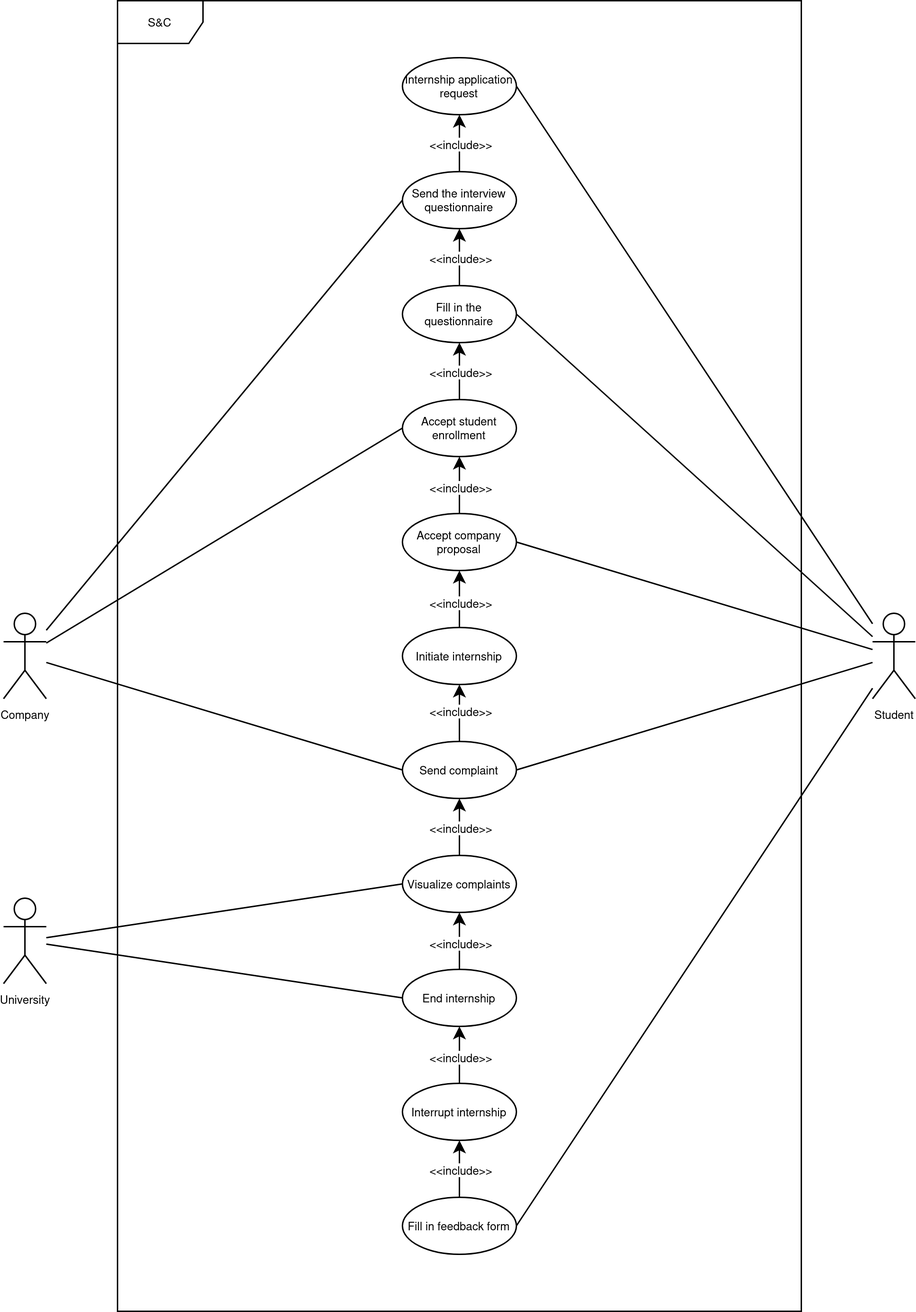
Before: assets/use-case-diagrams/internship-iter.png, a diagram exported from draw.io (Fostidich/Students-And-Companies). Source tidied: cells renumbered, new cells last; positions are measured from the earlier drawing's top-left corner, leaving out a move shared by most shapes. The source it was exported from:
```xml
<mxGraphModel>
  <root>
    <mxCell id="0" />
    <mxCell id="1" parent="0" />
    <mxCell id="2" value="S&amp;amp;C" style="shape=umlFrame;whiteSpace=wrap;html=1;fontSize=8;" parent="1" vertex="1">
      <mxGeometry x="80" width="480" height="920" as="geometry" />
    </mxCell>
    <mxCell id="3" style="rounded=0;jettySize=auto;html=1;entryX=1;entryY=0.5;entryDx=0;entryDy=0;fontSize=8;endArrow=none;endFill=0;" parent="1" edge="1" source="8" target="40">
      <mxGeometry relative="1" as="geometry" />
    </mxCell>
    <mxCell id="4" style="rounded=0;jettySize=auto;html=1;entryX=1;entryY=0.5;entryDx=0;entryDy=0;fontSize=8;endArrow=none;endFill=0;" parent="1" edge="1" source="8" target="18">
      <mxGeometry relative="1" as="geometry" />
    </mxCell>
    <mxCell id="5" style="rounded=0;jettySize=auto;html=1;entryX=1;entryY=0.5;entryDx=0;entryDy=0;fontSize=8;endArrow=none;endFill=0;" parent="1" edge="1" source="8" target="26">
      <mxGeometry relative="1" as="geometry" />
    </mxCell>
    <mxCell id="6" style="rounded=0;jettySize=auto;html=1;entryX=1;entryY=0.5;entryDx=0;entryDy=0;fontSize=8;endArrow=none;endFill=0;" parent="1" edge="1" source="8" target="29">
      <mxGeometry relative="1" as="geometry" />
    </mxCell>
    <mxCell id="7" style="rounded=0;jettySize=auto;html=1;entryX=1;entryY=0.5;entryDx=0;entryDy=0;fontSize=8;endArrow=none;endFill=0;" parent="1" edge="1" source="8" target="46">
      <mxGeometry relative="1" as="geometry" />
    </mxCell>
    <mxCell id="8" value="&lt;div style=&quot;font-size: 8px;&quot;&gt;Student&lt;/div&gt;" style="shape=umlActor;verticalLabelPosition=bottom;verticalAlign=top;html=1;fontSize=8;" parent="1" vertex="1">
      <mxGeometry x="610" y="430" width="30" height="60" as="geometry" />
    </mxCell>
    <mxCell id="9" style="rounded=0;jettySize=auto;html=1;entryX=0;entryY=0.5;entryDx=0;entryDy=0;fontSize=8;endArrow=none;endFill=0;" parent="1" edge="1" source="11" target="25">
      <mxGeometry relative="1" as="geometry" />
    </mxCell>
    <mxCell id="10" style="rounded=0;jettySize=auto;html=1;entryX=0;entryY=0.5;entryDx=0;entryDy=0;fontSize=8;endArrow=none;endFill=0;" parent="1" edge="1" source="11" target="24">
      <mxGeometry relative="1" as="geometry" />
    </mxCell>
    <mxCell id="11" value="&lt;div style=&quot;font-size: 8px;&quot;&gt;University&lt;/div&gt;" style="shape=umlActor;verticalLabelPosition=bottom;verticalAlign=top;html=1;fontSize=8;" parent="1" vertex="1">
      <mxGeometry y="630" width="30" height="60" as="geometry" />
    </mxCell>
    <mxCell id="12" style="rounded=0;jettySize=auto;html=1;entryX=0;entryY=0.5;entryDx=0;entryDy=0;fontSize=8;endArrow=none;endFill=0;" parent="1" edge="1" source="15" target="29">
      <mxGeometry relative="1" as="geometry" />
    </mxCell>
    <mxCell id="13" style="rounded=0;jettySize=auto;html=1;entryX=0;entryY=0.5;entryDx=0;entryDy=0;fontSize=8;endArrow=none;endFill=0;" parent="1" edge="1" source="15" target="43">
      <mxGeometry relative="1" as="geometry" />
    </mxCell>
    <mxCell id="14" style="rounded=0;jettySize=auto;html=1;entryX=0;entryY=0.5;entryDx=0;entryDy=0;fontSize=8;endArrow=none;endFill=0;" parent="1" edge="1" source="15" target="21">
      <mxGeometry relative="1" as="geometry" />
    </mxCell>
    <mxCell id="15" value="&lt;div style=&quot;font-size: 8px;&quot;&gt;Company&lt;/div&gt;" style="shape=umlActor;verticalLabelPosition=bottom;verticalAlign=top;html=1;fontSize=8;" parent="1" vertex="1">
      <mxGeometry y="430" width="30" height="60" as="geometry" />
    </mxCell>
    <mxCell id="16" style="edgeStyle=orthogonalEdgeStyle;rounded=0;jettySize=auto;html=1;fontSize=8;exitX=0.5;exitY=0;exitDx=0;exitDy=0;" parent="1" edge="1" source="21" target="18">
      <mxGeometry relative="1" as="geometry" />
    </mxCell>
    <mxCell id="17" value="&lt;div style=&quot;font-size: 8px;&quot;&gt;&amp;lt;&amp;lt;include&amp;gt;&amp;gt;&lt;/div&gt;" style="edgeLabel;html=1;align=center;verticalAlign=middle;fontSize=8;" parent="16" vertex="1">
      <mxGeometry x="0.27" y="-1" relative="1" as="geometry">
        <mxPoint x="-1" y="5" as="offset" />
      </mxGeometry>
    </mxCell>
    <mxCell id="18" value="Fill in the questionnaire" style="ellipse;whiteSpace=wrap;html=1;fontSize=8;" parent="1" vertex="1">
      <mxGeometry x="280" y="200" width="80" height="40" as="geometry" />
    </mxCell>
    <mxCell id="19" style="edgeStyle=orthogonalEdgeStyle;rounded=0;jettySize=auto;html=1;fontSize=8;exitX=0.5;exitY=0;exitDx=0;exitDy=0;" parent="1" edge="1" source="40" target="21">
      <mxGeometry relative="1" as="geometry" />
    </mxCell>
    <mxCell id="20" value="&amp;lt;&amp;lt;include&amp;gt;&amp;gt;" style="edgeLabel;html=1;align=center;verticalAlign=middle;fontSize=8;" parent="19" vertex="1">
      <mxGeometry x="-0.08" y="1" relative="1" as="geometry">
        <mxPoint x="1" y="-1" as="offset" />
      </mxGeometry>
    </mxCell>
    <mxCell id="21" value="Accept student enrollment" style="ellipse;whiteSpace=wrap;html=1;fontSize=8;" parent="1" vertex="1">
      <mxGeometry x="280" y="280" width="80" height="40" as="geometry" />
    </mxCell>
    <mxCell id="22" style="edgeStyle=orthogonalEdgeStyle;rounded=0;jettySize=auto;html=1;fontSize=8;exitX=0.5;exitY=0;exitDx=0;exitDy=0;" parent="1" edge="1" source="25" target="24">
      <mxGeometry relative="1" as="geometry" />
    </mxCell>
    <mxCell id="23" value="&amp;lt;&amp;lt;include&amp;gt;&amp;gt;" style="edgeLabel;html=1;align=center;verticalAlign=middle;fontSize=8;" parent="22" vertex="1">
      <mxGeometry x="-0.18" relative="1" as="geometry">
        <mxPoint y="-3" as="offset" />
      </mxGeometry>
    </mxCell>
    <mxCell id="24" value="Visualize complaints" style="ellipse;whiteSpace=wrap;html=1;fontSize=8;" parent="1" vertex="1">
      <mxGeometry x="280" y="600" width="80" height="40" as="geometry" />
    </mxCell>
    <mxCell id="25" value="End internship" style="ellipse;whiteSpace=wrap;html=1;fontSize=8;" parent="1" vertex="1">
      <mxGeometry x="280" y="680" width="80" height="40" as="geometry" />
    </mxCell>
    <mxCell id="26" value="Fill in feedback form" style="ellipse;whiteSpace=wrap;html=1;fontSize=8;" parent="1" vertex="1">
      <mxGeometry x="280" y="840" width="80" height="40" as="geometry" />
    </mxCell>
    <mxCell id="27" style="edgeStyle=orthogonalEdgeStyle;rounded=0;jettySize=auto;html=1;fontSize=8;exitX=0.5;exitY=0;exitDx=0;exitDy=0;" parent="1" edge="1" source="24" target="29">
      <mxGeometry relative="1" as="geometry" />
    </mxCell>
    <mxCell id="28" value="&amp;lt;&amp;lt;include&amp;gt;&amp;gt;" style="edgeLabel;html=1;align=center;verticalAlign=middle;fontSize=8;" parent="27" vertex="1">
      <mxGeometry x="-0.16" y="-2" relative="1" as="geometry">
        <mxPoint x="-2" y="-3" as="offset" />
      </mxGeometry>
    </mxCell>
    <mxCell id="29" value="&lt;div style=&quot;font-size: 8px;&quot;&gt;Send complaint&lt;/div&gt;" style="ellipse;whiteSpace=wrap;html=1;fontSize=8;" parent="1" vertex="1">
      <mxGeometry x="280" y="520" width="80" height="40" as="geometry" />
    </mxCell>
    <mxCell id="30" style="edgeStyle=orthogonalEdgeStyle;rounded=0;jettySize=auto;html=1;fontSize=8;exitX=0.5;exitY=0;exitDx=0;exitDy=0;" parent="1" edge="1" source="29" target="32">
      <mxGeometry relative="1" as="geometry" />
    </mxCell>
    <mxCell id="31" value="&amp;lt;&amp;lt;include&amp;gt;&amp;gt;" style="edgeLabel;html=1;align=center;verticalAlign=middle;fontSize=8;" parent="30" vertex="1">
      <mxGeometry x="0.04" y="-1" relative="1" as="geometry">
        <mxPoint x="-1" y="-1" as="offset" />
      </mxGeometry>
    </mxCell>
    <mxCell id="32" value="&lt;div style=&quot;font-size: 8px;&quot;&gt;Initiate internship&lt;/div&gt;" style="ellipse;whiteSpace=wrap;html=1;fontSize=8;" parent="1" vertex="1">
      <mxGeometry x="280" y="440" width="80" height="40" as="geometry" />
    </mxCell>
    <mxCell id="33" style="edgeStyle=orthogonalEdgeStyle;rounded=0;jettySize=auto;html=1;exitX=0.5;exitY=0;exitDx=0;exitDy=0;entryX=0.5;entryY=1;entryDx=0;entryDy=0;fontSize=8;" parent="1" edge="1" source="37" target="25">
      <mxGeometry relative="1" as="geometry" />
    </mxCell>
    <mxCell id="34" value="&lt;div style=&quot;font-size: 8px;&quot;&gt;&amp;lt;&amp;lt;include&amp;gt;&amp;gt;&lt;/div&gt;" style="edgeLabel;html=1;align=center;verticalAlign=middle;fontSize=8;" parent="33" vertex="1">
      <mxGeometry x="-0.33" y="1" relative="1" as="geometry">
        <mxPoint x="1" y="-6" as="offset" />
      </mxGeometry>
    </mxCell>
    <mxCell id="35" style="edgeStyle=orthogonalEdgeStyle;rounded=0;jettySize=auto;html=1;fontSize=8;strokeColor=default;exitX=0.5;exitY=0;exitDx=0;exitDy=0;" parent="1" edge="1" source="26" target="37">
      <mxGeometry relative="1" as="geometry" />
    </mxCell>
    <mxCell id="36" value="&amp;lt;&amp;lt;include&amp;gt;&amp;gt;" style="edgeLabel;html=1;align=center;verticalAlign=middle;fontSize=8;" parent="35" vertex="1">
      <mxGeometry x="0.16" relative="1" as="geometry">
        <mxPoint y="3" as="offset" />
      </mxGeometry>
    </mxCell>
    <mxCell id="37" value="Interrupt internship" style="ellipse;whiteSpace=wrap;html=1;fontSize=8;" parent="1" vertex="1">
      <mxGeometry x="280" y="760" width="80" height="40" as="geometry" />
    </mxCell>
    <mxCell id="38" style="edgeStyle=orthogonalEdgeStyle;rounded=0;jettySize=auto;html=1;fontSize=8;exitX=0.5;exitY=0;exitDx=0;exitDy=0;" parent="1" edge="1" source="32" target="40">
      <mxGeometry relative="1" as="geometry" />
    </mxCell>
    <mxCell id="39" value="&amp;lt;&amp;lt;include&amp;gt;&amp;gt;" style="edgeLabel;html=1;align=center;verticalAlign=middle;fontSize=8;" parent="38" vertex="1">
      <mxGeometry x="-0.04" y="-2" relative="1" as="geometry">
        <mxPoint x="-2" y="1" as="offset" />
      </mxGeometry>
    </mxCell>
    <mxCell id="40" value="Accept company proposal" style="ellipse;whiteSpace=wrap;html=1;fontSize=8;" parent="1" vertex="1">
      <mxGeometry x="280" y="360" width="80" height="40" as="geometry" />
    </mxCell>
    <mxCell id="41" style="edgeStyle=orthogonalEdgeStyle;rounded=0;jettySize=auto;html=1;fontSize=8;exitX=0.5;exitY=0;exitDx=0;exitDy=0;" parent="1" edge="1" source="18" target="43">
      <mxGeometry relative="1" as="geometry" />
    </mxCell>
    <mxCell id="42" value="&amp;lt;&amp;lt;include&amp;gt;&amp;gt;" style="edgeLabel;html=1;align=center;verticalAlign=middle;fontSize=8;" parent="41" vertex="1">
      <mxGeometry x="-0.44" relative="1" as="geometry">
        <mxPoint y="-9" as="offset" />
      </mxGeometry>
    </mxCell>
    <mxCell id="43" value="Send the interview questionnaire" style="ellipse;whiteSpace=wrap;html=1;fontSize=8;" parent="1" vertex="1">
      <mxGeometry x="280" y="120" width="80" height="40" as="geometry" />
    </mxCell>
    <mxCell id="44" style="edgeStyle=orthogonalEdgeStyle;rounded=0;jettySize=auto;html=1;entryX=0.5;entryY=1;entryDx=0;entryDy=0;exitX=0.5;exitY=0;exitDx=0;exitDy=0;fontSize=8;" parent="1" edge="1" source="43" target="46">
      <mxGeometry relative="1" as="geometry" />
    </mxCell>
    <mxCell id="45" value="&lt;div&gt;&amp;lt;&amp;lt;include&amp;gt;&amp;gt;&lt;/div&gt;" style="edgeLabel;html=1;align=center;verticalAlign=middle;fontSize=8;" parent="44" vertex="1">
      <mxGeometry x="0.09" y="3" relative="1" as="geometry">
        <mxPoint x="3" y="2" as="offset" />
      </mxGeometry>
    </mxCell>
    <mxCell id="46" value="Internship application request" style="ellipse;whiteSpace=wrap;html=1;fontSize=8;" parent="1" vertex="1">
      <mxGeometry x="280" y="40" width="80" height="40" as="geometry" />
    </mxCell>
  </root>
</mxGraphModel>
```
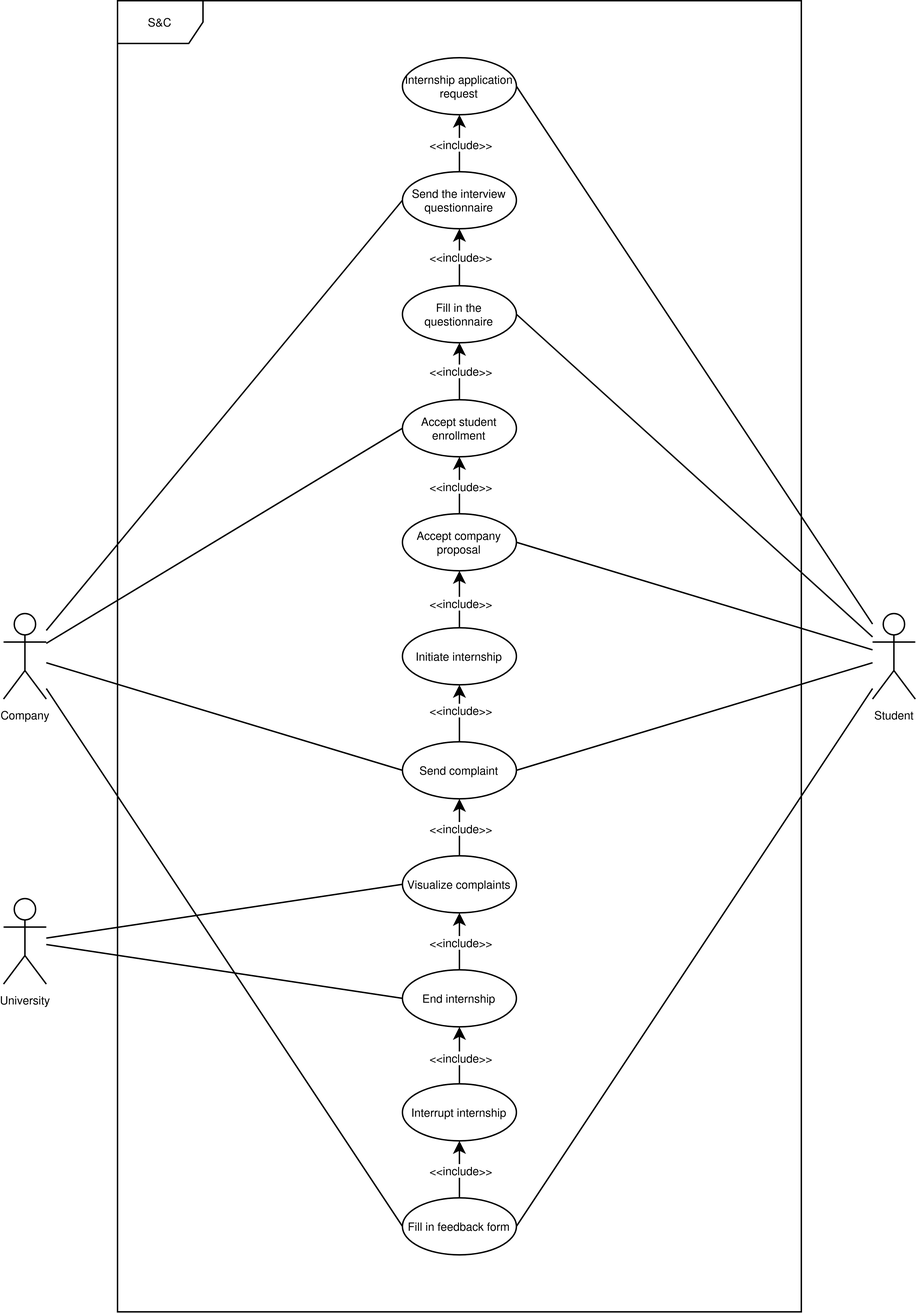
Later version of the same file.

Diff of the diagram source:
```diff
@@ -41,6 +41,9 @@
     <mxCell id="14" style="rounded=0;jettySize=auto;html=1;entryX=0;entryY=0.5;entryDx=0;entryDy=0;fontSize=8;endArrow=none;endFill=0;" parent="1" edge="1" source="15" target="21">
       <mxGeometry relative="1" as="geometry" />
     </mxCell>
+    <mxCell id="47" style="rounded=0;jettySize=auto;html=1;entryX=0;entryY=0.5;entryDx=0;entryDy=0;endArrow=none;endFill=0;" parent="1" edge="1" source="15" target="26">
+      <mxGeometry relative="1" as="geometry" />
+    </mxCell>
     <mxCell id="15" value="&lt;div style=&quot;font-size: 8px;&quot;&gt;Company&lt;/div&gt;" style="shape=umlActor;verticalLabelPosition=bottom;verticalAlign=top;html=1;fontSize=8;" parent="1" vertex="1">
       <mxGeometry y="430" width="30" height="60" as="geometry" />
     </mxCell>
```
